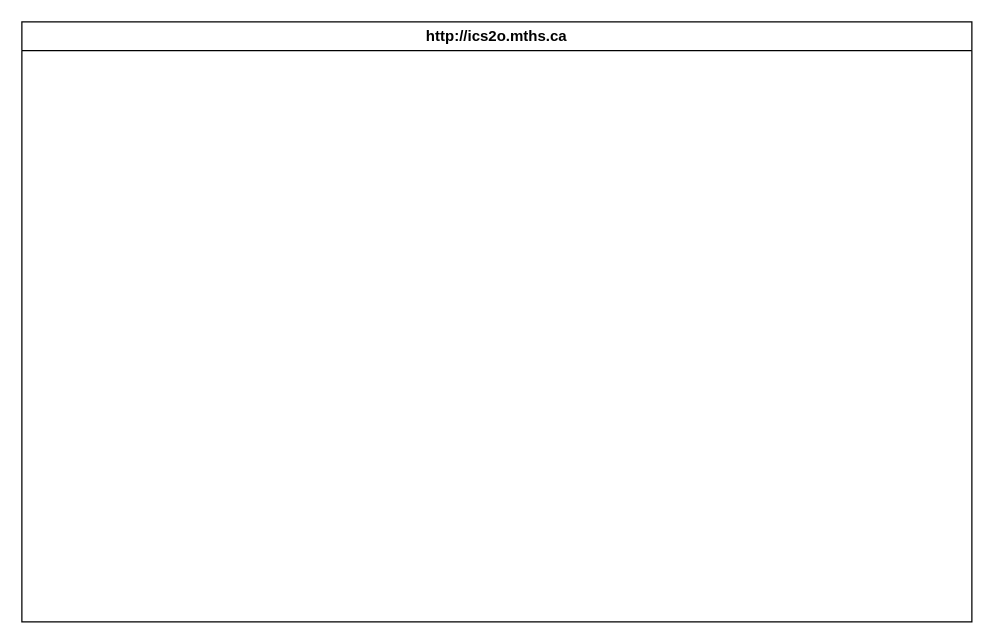
This is design/storyboard.drawio from MTHS-ICD2O-1-2023/ICD2O-Unit-5-02-kai-nguyen-4, a draw.io file, before an edit. Source tidied: cells renumbered, new cells numbered last; positions are measured from the earlier drawing's top-left corner, leaving out a move shared by most shapes. Both pictures are drawn from the tidied source at 125%, with x=0, y=0 at pixel (21, 21).
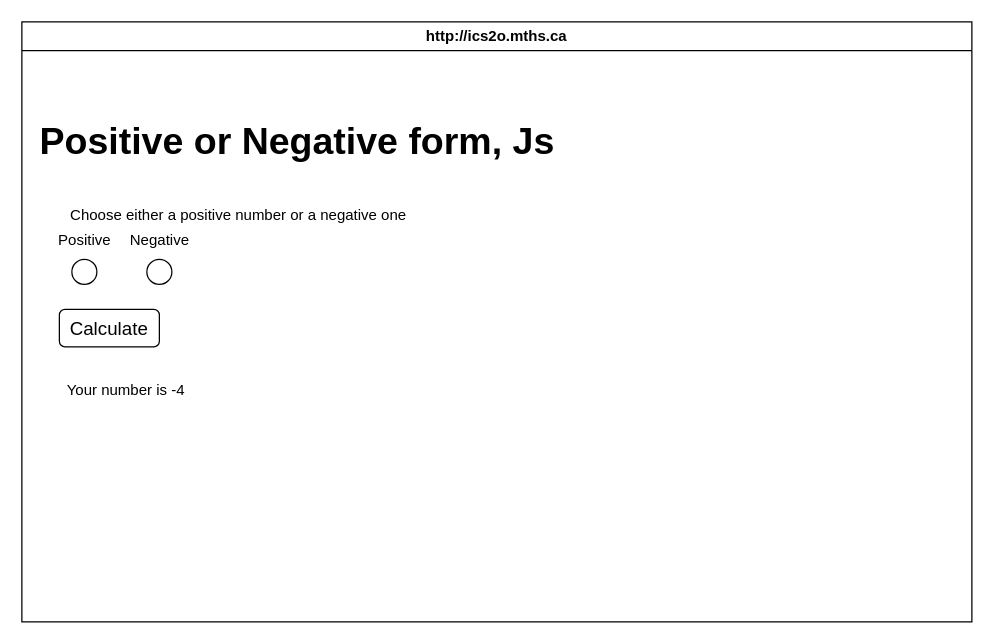
After the change.

What changed in the source:
```diff
@@
 <mxGraphModel>
   <root>
     <mxCell id="0" />
     <mxCell id="1" parent="0" />
     <mxCell id="2" value="http://ics2o.mths.ca" style="swimlane;whiteSpace=wrap;html=1;" parent="1" vertex="1">
       <mxGeometry width="760" height="480" as="geometry" />
     </mxCell>
+    <mxCell id="3" value="Choose either a positive number or a negative one" style="text;html=1;align=center;verticalAlign=middle;strokeColor=none;fillColor=none;" parent="2" vertex="1">
+      <mxGeometry x="22.5" y="140" width="300" height="30" as="geometry" />
+    </mxCell>
+    <mxCell id="4" style="ellipse;whiteSpace=wrap;html=1;" parent="2" vertex="1">
+      <mxGeometry x="40" y="190" width="20" height="20" as="geometry" />
+    </mxCell>
+    <mxCell id="5" style="ellipse;whiteSpace=wrap;html=1;" parent="2" vertex="1">
+      <mxGeometry x="100" y="190" width="20" height="20" as="geometry" />
+    </mxCell>
+    <mxCell id="6" value="Positive" style="text;html=1;align=center;verticalAlign=middle;strokeColor=none;fillColor=none;" parent="2" vertex="1">
+      <mxGeometry x="15" y="160" width="70" height="30" as="geometry" />
+    </mxCell>
+    <mxCell id="7" value="Negative" style="text;html=1;align=center;verticalAlign=middle;strokeColor=none;fillColor=none;" parent="2" vertex="1">
+      <mxGeometry x="75" y="160" width="70" height="30" as="geometry" />
+    </mxCell>
+    <mxCell id="8" value="Your number is -4" style="text;html=1;align=center;verticalAlign=middle;strokeColor=none;fillColor=none;" parent="1" vertex="1">
+      <mxGeometry x="22.5" y="280" width="120" height="30" as="geometry" />
+    </mxCell>
+    <mxCell id="9" value="&lt;h1&gt;Positive or Negative form, Js&lt;/h1&gt;" style="text;html=1;align=center;verticalAlign=middle;strokeColor=none;fillColor=none;fontSize=15;" parent="1" vertex="1">
+      <mxGeometry y="50" width="440" height="90" as="geometry" />
+    </mxCell>
+    <mxCell id="10" value="Calculate" style="rounded=1;whiteSpace=wrap;html=1;fontSize=15;" parent="1" vertex="1">
+      <mxGeometry x="30" y="230" width="80" height="30" as="geometry" />
+    </mxCell>
   </root>
 </mxGraphModel>
```
